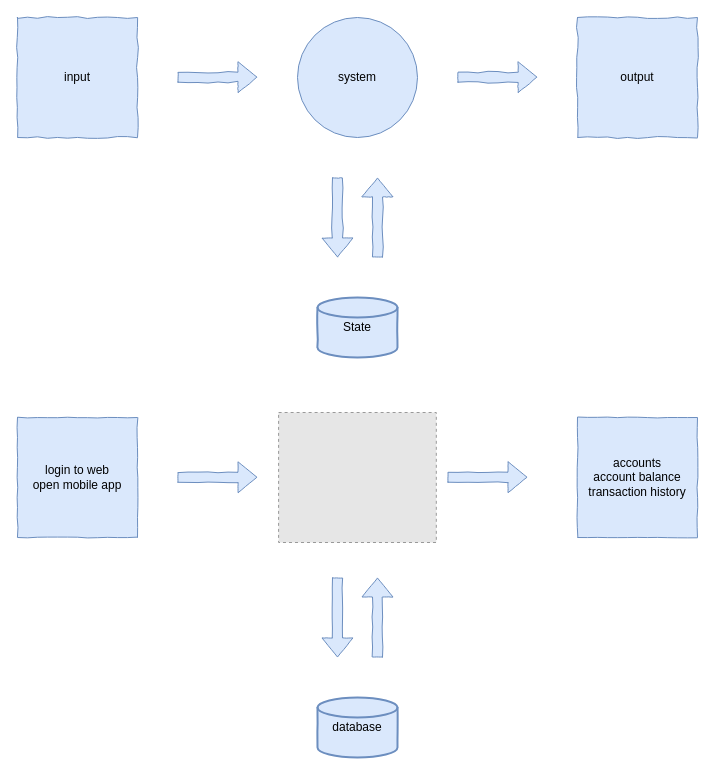
Before: page "stateful" (2 of 6) of slides/diagrams.drawio in ip025/cloud-native-questionmark, a draw.io diagram. Source tidied: cells renumbered, new cells numbered last; positions are measured from the earlier drawing's top-left corner, leaving out a move shared by most shapes. Both pictures are drawn from the tidied source at 100%, with x=0, y=0 at pixel (17, 17). Pictures stored in the file or linked from it are replaced by grey dashed boxes.
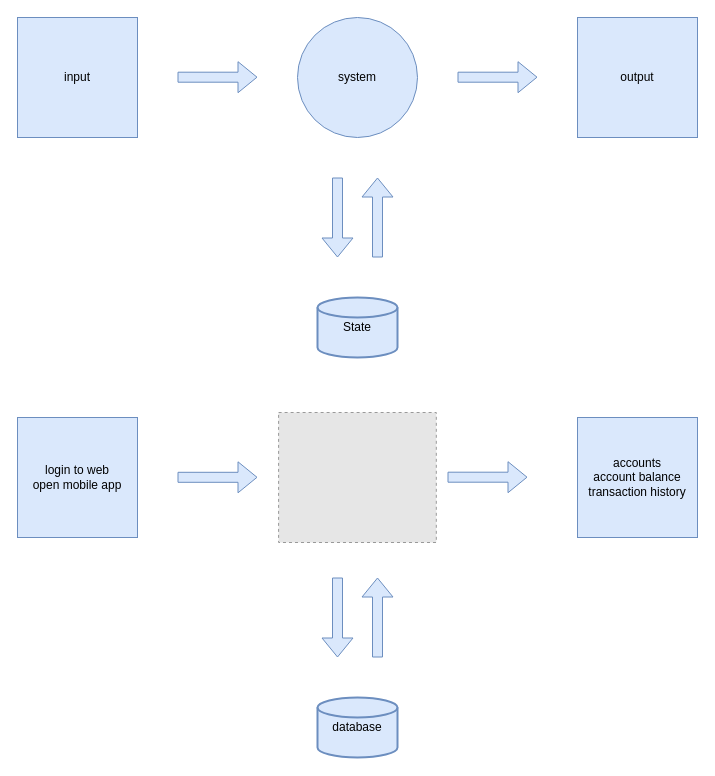
The same page after the edit.

Diff of the diagram source:
```diff
@@
-    <mxCell id="2" value="input" style="rounded=0;whiteSpace=wrap;html=1;fillColor=#dae8fc;strokeColor=#6c8ebf;comic=1;" parent="1" vertex="1">
+    <mxCell id="2" value="input" style="rounded=0;whiteSpace=wrap;html=1;fillColor=#dae8fc;strokeColor=#6c8ebf;comic=0;" parent="1" vertex="1">
       <mxGeometry width="120" height="120" as="geometry" />
     </mxCell>
-    <mxCell id="3" style="shape=flexArrow;endArrow=classic;html=1;rounded=0;fillColor=#dae8fc;strokeColor=#6c8ebf;comic=1;" parent="1" edge="1">
+    <mxCell id="3" style="shape=flexArrow;endArrow=classic;html=1;rounded=0;fillColor=#dae8fc;strokeColor=#6c8ebf;comic=0;" parent="1" edge="1">
       <mxGeometry relative="1" as="geometry">
         <mxPoint x="160" y="59.7" as="sourcePoint" />
         <mxPoint x="240" y="59.7" as="targetPoint" />
       </mxGeometry>
     </mxCell>
-    <mxCell id="4" value="output" style="rounded=0;whiteSpace=wrap;html=1;fillColor=#dae8fc;strokeColor=#6c8ebf;comic=1;" parent="1" vertex="1">
+    <mxCell id="4" value="output" style="rounded=0;whiteSpace=wrap;html=1;fillColor=#dae8fc;strokeColor=#6c8ebf;comic=0;" parent="1" vertex="1">
       <mxGeometry x="560" width="120" height="120" as="geometry" />
     </mxCell>
-    <mxCell id="5" value="system" style="ellipse;whiteSpace=wrap;html=1;fillColor=#dae8fc;strokeColor=#6c8ebf;comic=1;" parent="1" vertex="1">
+    <mxCell id="5" value="system" style="ellipse;whiteSpace=wrap;html=1;fillColor=#dae8fc;strokeColor=#6c8ebf;comic=0;" parent="1" vertex="1">
       <mxGeometry x="280" width="120" height="120" as="geometry" />
     </mxCell>
-    <mxCell id="6" style="shape=flexArrow;endArrow=classic;html=1;rounded=0;fillColor=#dae8fc;strokeColor=#6c8ebf;comic=1;" parent="1" edge="1">
+    <mxCell id="6" style="shape=flexArrow;endArrow=classic;html=1;rounded=0;fillColor=#dae8fc;strokeColor=#6c8ebf;comic=0;" parent="1" edge="1">
       <mxGeometry relative="1" as="geometry">
         <mxPoint x="440" y="59.7" as="sourcePoint" />
         <mxPoint x="520" y="59.7" as="targetPoint" />
       </mxGeometry>
     </mxCell>
-    <mxCell id="7" value="State" style="strokeWidth=2;html=1;shape=mxgraph.flowchart.database;whiteSpace=wrap;shadow=0;fillColor=#dae8fc;strokeColor=#6c8ebf;comic=1;" parent="1" vertex="1">
+    <mxCell id="7" value="State" style="strokeWidth=2;html=1;shape=mxgraph.flowchart.database;whiteSpace=wrap;shadow=0;fillColor=#dae8fc;strokeColor=#6c8ebf;comic=0;" parent="1" vertex="1">
       <mxGeometry x="300" y="280" width="80" height="60" as="geometry" />
     </mxCell>
-    <mxCell id="8" style="shape=flexArrow;endArrow=classic;html=1;rounded=0;fillColor=#dae8fc;strokeColor=#6c8ebf;comic=1;" parent="1" edge="1">
+    <mxCell id="8" style="shape=flexArrow;endArrow=classic;html=1;rounded=0;fillColor=#dae8fc;strokeColor=#6c8ebf;comic=0;" parent="1" edge="1">
       <mxGeometry relative="1" as="geometry">
         <mxPoint x="320" y="160" as="sourcePoint" />
         <mxPoint x="320" y="240" as="targetPoint" />
       </mxGeometry>
     </mxCell>
-    <mxCell id="9" style="shape=flexArrow;endArrow=classic;html=1;rounded=0;fillColor=#dae8fc;strokeColor=#6c8ebf;comic=1;" parent="1" edge="1">
+    <mxCell id="9" style="shape=flexArrow;endArrow=classic;html=1;rounded=0;fillColor=#dae8fc;strokeColor=#6c8ebf;comic=0;" parent="1" edge="1">
       <mxGeometry relative="1" as="geometry">
         <mxPoint x="360" y="240" as="sourcePoint" />
         <mxPoint x="360" y="160" as="targetPoint" />
       </mxGeometry>
     </mxCell>
-    <mxCell id="10" value="login to web&lt;br style=&quot;font-size: 16px;&quot;&gt;open mobile app" style="rounded=0;whiteSpace=wrap;html=1;fillColor=#dae8fc;strokeColor=#6c8ebf;comic=1;jiggle=1;" parent="1" vertex="1">
+    <mxCell id="10" value="login to web&lt;br style=&quot;font-size: 16px;&quot;&gt;open mobile app" style="rounded=0;whiteSpace=wrap;html=1;fillColor=#dae8fc;strokeColor=#6c8ebf;comic=0;jiggle=1;" parent="1" vertex="1">
       <mxGeometry y="400" width="120" height="120" as="geometry" />
     </mxCell>
-    <mxCell id="11" style="shape=flexArrow;endArrow=classic;html=1;rounded=0;fillColor=#dae8fc;strokeColor=#6c8ebf;comic=1;jiggle=1;" parent="1" edge="1">
+    <mxCell id="11" style="shape=flexArrow;endArrow=classic;html=1;rounded=0;fillColor=#dae8fc;strokeColor=#6c8ebf;comic=0;jiggle=1;" parent="1" edge="1">
       <mxGeometry relative="1" as="geometry">
         <mxPoint x="160" y="459.8" as="sourcePoint" />
         <mxPoint x="240" y="459.8" as="targetPoint" />
       </mxGeometry>
     </mxCell>
-    <mxCell id="12" value="accounts&lt;br style=&quot;font-size: 16px;&quot;&gt;account balance&lt;br style=&quot;font-size: 16px;&quot;&gt;transaction history" style="rounded=0;whiteSpace=wrap;html=1;fillColor=#dae8fc;strokeColor=#6c8ebf;comic=1;jiggle=1;" parent="1" vertex="1">
+    <mxCell id="12" value="accounts&lt;br style=&quot;font-size: 16px;&quot;&gt;account balance&lt;br style=&quot;font-size: 16px;&quot;&gt;transaction history" style="rounded=0;whiteSpace=wrap;html=1;fillColor=#dae8fc;strokeColor=#6c8ebf;comic=0;jiggle=1;" parent="1" vertex="1">
       <mxGeometry x="560" y="400" width="120" height="120" as="geometry" />
     </mxCell>
-    <mxCell id="13" style="shape=flexArrow;endArrow=classic;html=1;rounded=0;fillColor=#dae8fc;strokeColor=#6c8ebf;comic=1;jiggle=1;" parent="1" edge="1">
+    <mxCell id="13" style="shape=flexArrow;endArrow=classic;html=1;rounded=0;fillColor=#dae8fc;strokeColor=#6c8ebf;comic=0;jiggle=1;" parent="1" edge="1">
       <mxGeometry relative="1" as="geometry">
         <mxPoint x="430" y="459.7" as="sourcePoint" />
         <mxPoint x="510" y="459.7" as="targetPoint" />
       </mxGeometry>
     </mxCell>
-    <mxCell id="14" value="database" style="strokeWidth=2;html=1;shape=mxgraph.flowchart.database;whiteSpace=wrap;shadow=0;fillColor=#dae8fc;strokeColor=#6c8ebf;comic=1;jiggle=1;" parent="1" vertex="1">
+    <mxCell id="14" value="database" style="strokeWidth=2;html=1;shape=mxgraph.flowchart.database;whiteSpace=wrap;shadow=0;fillColor=#dae8fc;strokeColor=#6c8ebf;comic=0;jiggle=1;" parent="1" vertex="1">
       <mxGeometry x="300" y="680" width="80" height="60" as="geometry" />
     </mxCell>
-    <mxCell id="15" style="shape=flexArrow;endArrow=classic;html=1;rounded=0;fillColor=#dae8fc;strokeColor=#6c8ebf;comic=1;jiggle=1;" parent="1" edge="1">
+    <mxCell id="15" style="shape=flexArrow;endArrow=classic;html=1;rounded=0;fillColor=#dae8fc;strokeColor=#6c8ebf;comic=0;jiggle=1;" parent="1" edge="1">
       <mxGeometry relative="1" as="geometry">
         <mxPoint x="320" y="560" as="sourcePoint" />
         <mxPoint x="320" y="640" as="targetPoint" />
       </mxGeometry>
     </mxCell>
-    <mxCell id="16" style="shape=flexArrow;endArrow=classic;html=1;rounded=0;fillColor=#dae8fc;strokeColor=#6c8ebf;comic=1;jiggle=1;" parent="1" edge="1">
+    <mxCell id="16" style="shape=flexArrow;endArrow=classic;html=1;rounded=0;fillColor=#dae8fc;strokeColor=#6c8ebf;comic=0;jiggle=1;" parent="1" edge="1">
       <mxGeometry relative="1" as="geometry">
         <mxPoint x="360" y="640" as="sourcePoint" />
         <mxPoint x="360" y="560" as="targetPoint" />
       </mxGeometry>
     </mxCell>
```
